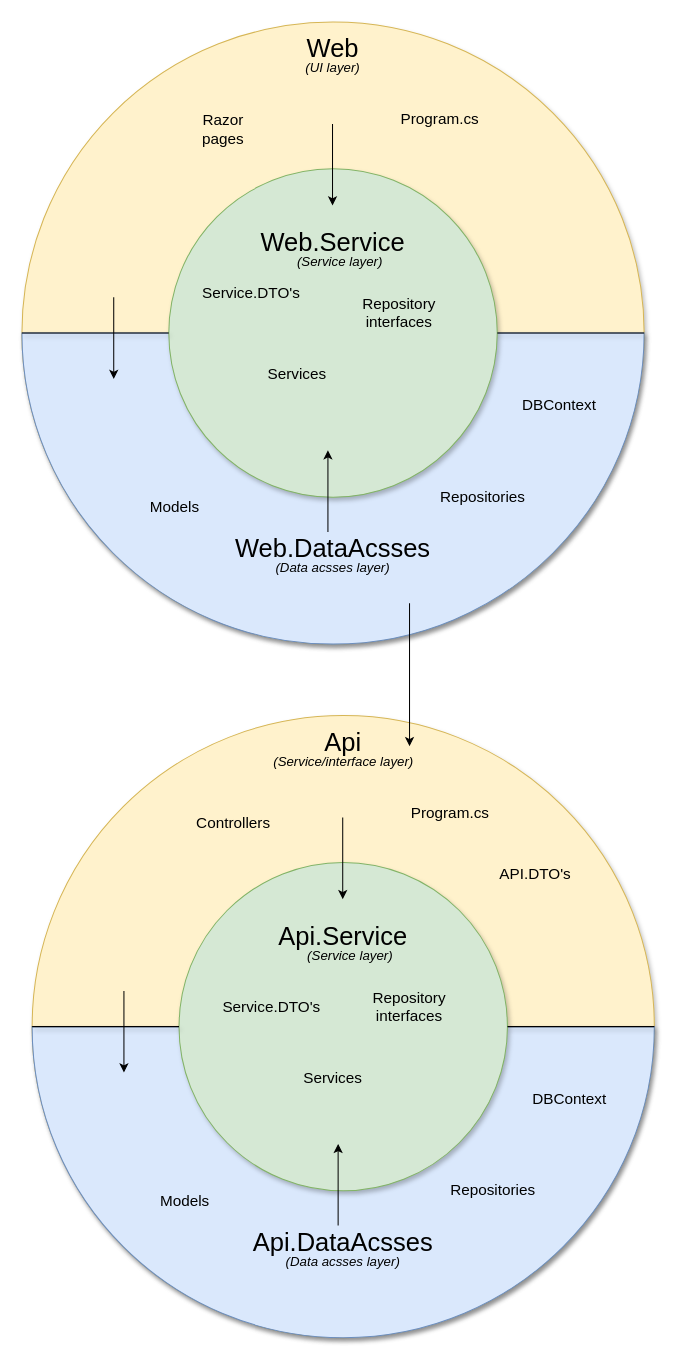
Before: WebApp-api-sqlserver/Documentation/OnionDiagram.drawio in stoftot/Csharp-.Net, a draw.io diagram. Source tidied: cells renumbered, new cells numbered last; positions are measured from the earlier drawing's top-left corner, leaving out a move shared by most shapes. Both pictures are drawn from the tidied source at 102%, with x=0, y=0 at pixel (21, 21).
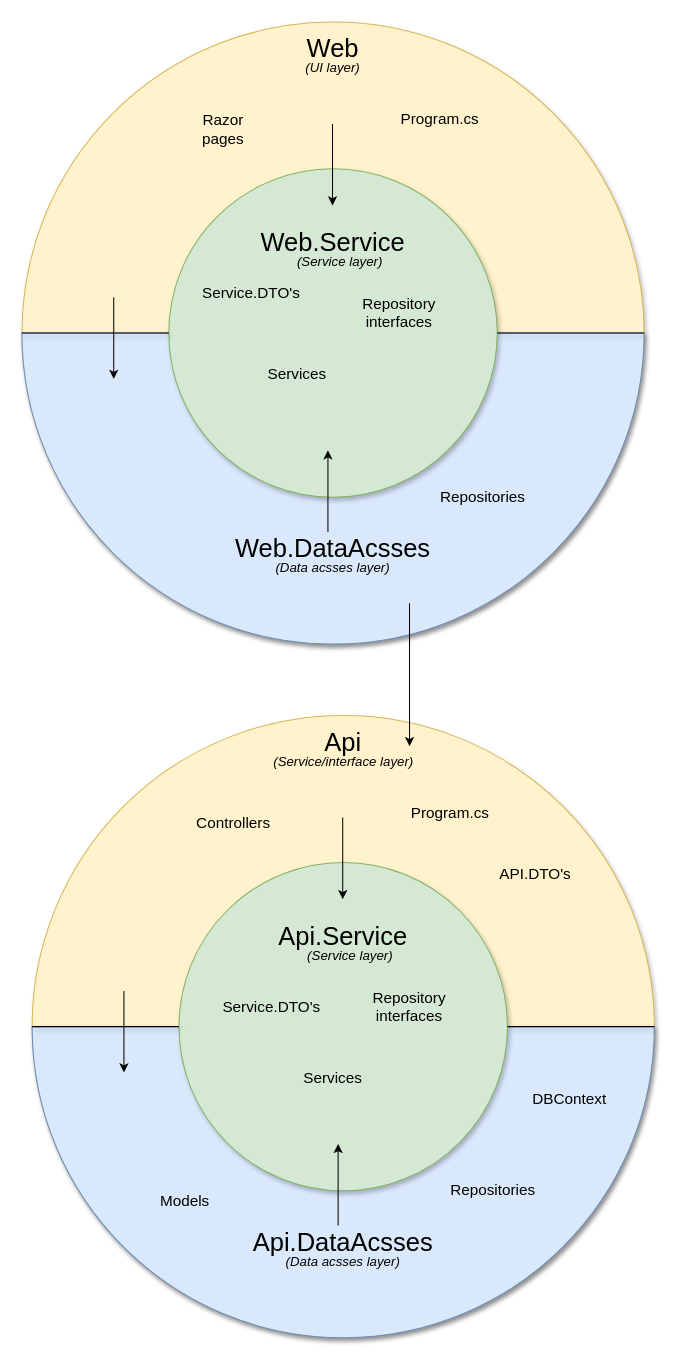
The same page after the edit.

Change to the diagram source:
```diff
@@
-    <mxCell id="21" value="&lt;font style=&quot;font-size: 15px;&quot;&gt;DBContext&lt;/font&gt;" style="text;html=1;align=center;verticalAlign=middle;whiteSpace=wrap;rounded=0;" parent="1" vertex="1">
-      <mxGeometry x="490" y="360" width="74" height="30" as="geometry" />
-    </mxCell>
@@
-    <mxCell id="23" value="&lt;font style=&quot;font-size: 15px;&quot;&gt;Models&lt;/font&gt;" style="text;html=1;align=center;verticalAlign=middle;whiteSpace=wrap;rounded=0;" parent="1" vertex="1">
-      <mxGeometry x="120" y="460" width="60" height="30" as="geometry" />
-    </mxCell>
```
